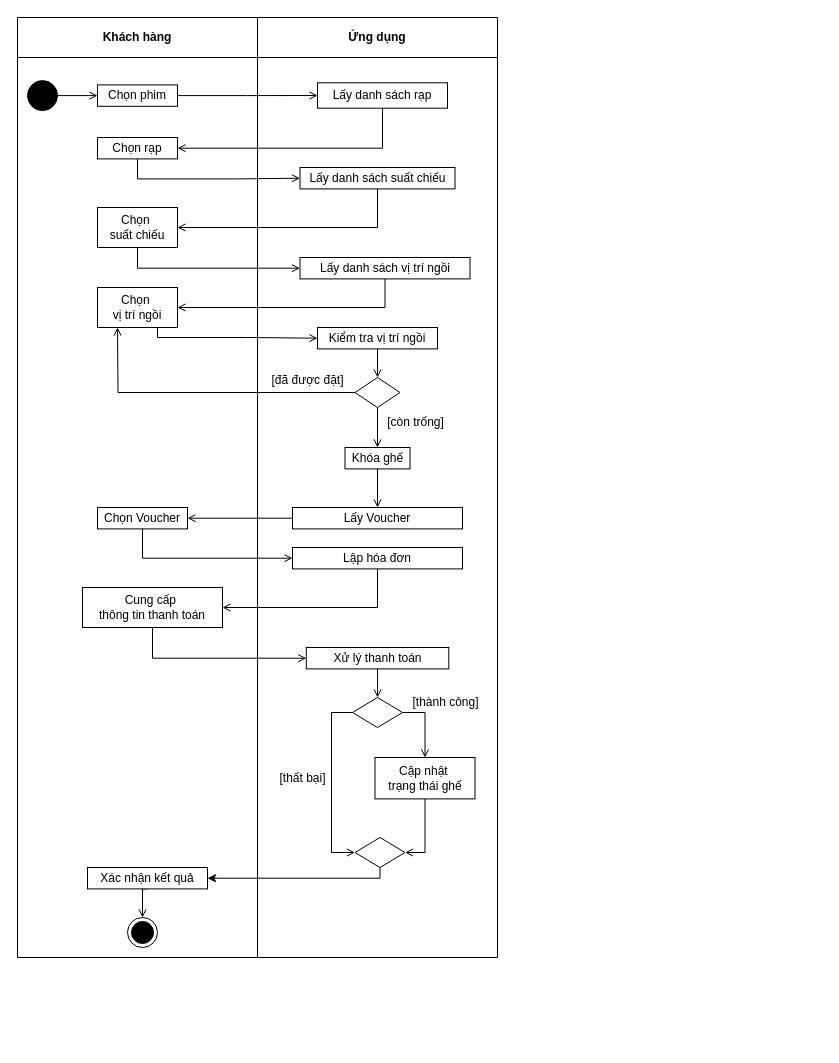
dvhAoU1374/IT3120-PTTKHT keeps this draw.io diagram as Activity Diagram/UC Quản Lý Vé/xml/Đặt vé.drawio. Above is the earlier version. Source tidied: cells renumbered, new cells numbered last; positions are measured from the earlier drawing's top-left corner, leaving out a move shared by most shapes. Both pictures are drawn from the tidied source at 100%, with x=0, y=0 at pixel (17, 17).
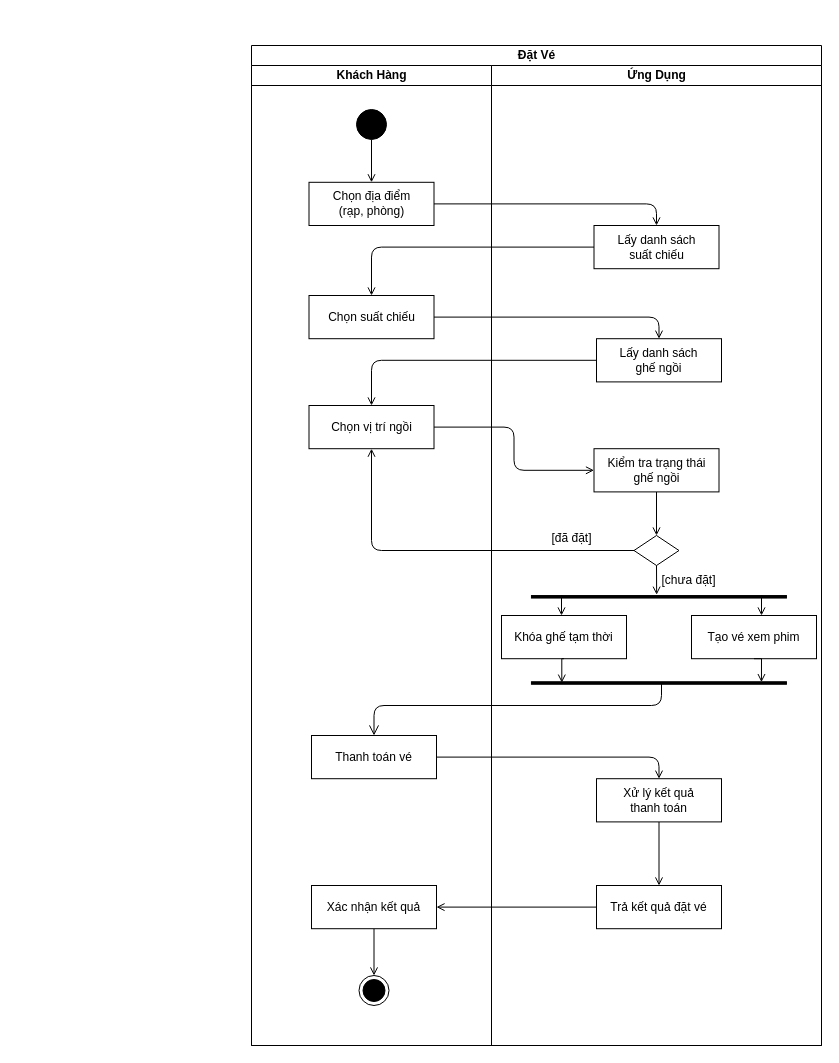
Above is the later version.

Diff of the diagram source:
```diff
@@
-    <mxCell id="2" style="group;" parent="1" vertex="1">
-      <mxGeometry width="480" height="950" as="geometry" />
-    </mxCell>
-    <mxCell id="3" value="Khách hàng" style="swimlane;startSize=40;whiteSpace=wrap;html=1;" parent="2" vertex="1">
-      <mxGeometry width="240" height="940" as="geometry" />
-    </mxCell>
-    <mxCell id="4" value="Cung cấp&amp;nbsp;&lt;div&gt;thông tin thanh toán&lt;/div&gt;" style="html=1;dashed=0;whiteSpace=wrap;" parent="3" vertex="1">
-      <mxGeometry x="65" y="570" width="140" height="40" as="geometry" />
-    </mxCell>
-    <mxCell id="5" style="edgeStyle=orthogonalEdgeStyle;rounded=0;jettySize=auto;html=1;exitX=0.5;exitY=1;exitDx=0;exitDy=0;entryX=0.5;entryY=0;entryDx=0;entryDy=0;endArrow=open;endFill=0;" parent="3" edge="1" source="6" target="12">
-      <mxGeometry relative="1" as="geometry" />
-    </mxCell>
-    <mxCell id="6" value="Xác nhận kết quả" style="html=1;dashed=0;whiteSpace=wrap;" parent="3" vertex="1">
-      <mxGeometry x="70" y="850" width="120" height="21.4" as="geometry" />
-    </mxCell>
-    <mxCell id="7" value="Chọn rạp" style="html=1;dashed=0;whiteSpace=wrap;" parent="3" vertex="1">
-      <mxGeometry x="80" y="120" width="80" height="21.4" as="geometry" />
-    </mxCell>
+    <mxCell id="53" value="Đặt Vé" style="swimlane;startSize=20;html=1;" parent="1" vertex="1">
+      <mxGeometry x="234" y="28" width="570" height="1000" as="geometry" />
+    </mxCell>
+    <mxCell id="54" value="Khách Hàng" style="swimlane;startSize=20;html=1;" parent="53" vertex="1">
+      <mxGeometry y="20" width="240" height="980" as="geometry" />
+    </mxCell>
+    <mxCell id="55" style="edgeStyle=orthogonalEdgeStyle;rounded=0;jettySize=auto;html=1;exitX=1;exitY=0.5;exitDx=0;exitDy=0;endArrow=open;endFill=0;" parent="54" edge="1" source="56" target="57">
+      <mxGeometry relative="1" as="geometry" />
+    </mxCell>
+    <mxCell id="56" style="ellipse;fillColor=strokeColor;html=1;direction=south;" parent="54" vertex="1">
+      <mxGeometry x="105" y="44" width="30" height="30" as="geometry" />
+    </mxCell>
+    <mxCell id="57" value="Chọn địa điểm&lt;div&gt;(rạp, phòng)&lt;/div&gt;" style="html=1;dashed=0;whiteSpace=wrap;" parent="54" vertex="1">
+      <mxGeometry x="57.5" y="116.8" width="125" height="43.2" as="geometry" />
+    </mxCell>
-    <mxCell id="8" value="Chọn&amp;nbsp;&lt;div&gt;suất chiếu&lt;/div&gt;" style="html=1;dashed=0;whiteSpace=wrap;" parent="3" vertex="1">
-      <mxGeometry x="80" y="190" width="80" height="40" as="geometry" />
+    <mxCell id="8" value="Chọn suất chiếu" style="html=1;dashed=0;whiteSpace=wrap;" parent="54" vertex="1">
+      <mxGeometry x="57.5" y="230" width="125" height="43.2" as="geometry" />
     </mxCell>
-    <mxCell id="9" value="Chọn&amp;nbsp;&lt;div&gt;vị trí ngồi&lt;/div&gt;" style="html=1;dashed=0;whiteSpace=wrap;" parent="3" vertex="1">
-      <mxGeometry x="80" y="270" width="80" height="40" as="geometry" />
+    <mxCell id="9" value="Chọn vị trí ngồi" style="html=1;dashed=0;whiteSpace=wrap;" parent="54" vertex="1">
+      <mxGeometry x="57.5" y="340" width="125" height="43.2" as="geometry" />
     </mxCell>
-    <mxCell id="10" value="Chọn phim" style="html=1;dashed=0;whiteSpace=wrap;" parent="3" vertex="1">
-      <mxGeometry x="80" y="67.4" width="80" height="21.4" as="geometry" />
-    </mxCell>
-    <mxCell id="11" value="Chọn Voucher" style="html=1;dashed=0;whiteSpace=wrap;" parent="3" vertex="1">
-      <mxGeometry x="80" y="490" width="90" height="21.4" as="geometry" />
-    </mxCell>
-    <mxCell id="12" style="ellipse;html=1;shape=endState;fillColor=strokeColor;" parent="3" vertex="1">
-      <mxGeometry x="110" y="900" width="30" height="30" as="geometry" />
-    </mxCell>
-    <mxCell id="13" style="edgeStyle=orthogonalEdgeStyle;rounded=0;jettySize=auto;html=1;exitX=1;exitY=0.5;exitDx=0;exitDy=0;entryX=0;entryY=0.5;entryDx=0;entryDy=0;endArrow=open;endFill=0;" parent="3" edge="1" source="14" target="10">
-      <mxGeometry relative="1" as="geometry" />
-    </mxCell>
-    <mxCell id="14" style="ellipse;fillColor=strokeColor;html=1;" parent="3" vertex="1">
-      <mxGeometry x="10" y="63.1" width="30" height="30" as="geometry" />
-    </mxCell>
-    <mxCell id="15" value="Ứng dụng" style="swimlane;startSize=40;whiteSpace=wrap;html=1;" parent="2" vertex="1">
-      <mxGeometry x="240" width="240" height="940" as="geometry" />
-    </mxCell>
-    <mxCell id="16" value="Lập hóa đơn" style="html=1;dashed=0;whiteSpace=wrap;" parent="15" vertex="1">
-      <mxGeometry x="35" y="530" width="170" height="21.4" as="geometry" />
-    </mxCell>
-    <mxCell id="17" style="edgeStyle=orthogonalEdgeStyle;rounded=0;jettySize=auto;html=1;exitX=0.5;exitY=1;exitDx=0;exitDy=0;endArrow=open;endFill=0;" parent="15" edge="1" source="18" target="20">
-      <mxGeometry relative="1" as="geometry" />
-    </mxCell>
-    <mxCell id="18" value="Xử lý thanh toán" style="html=1;dashed=0;whiteSpace=wrap;" parent="15" vertex="1">
-      <mxGeometry x="48.8" y="630" width="142.5" height="21.4" as="geometry" />
-    </mxCell>
-    <mxCell id="19" style="edgeStyle=orthogonalEdgeStyle;rounded=0;jettySize=auto;html=1;exitX=1;exitY=0.5;exitDx=0;exitDy=0;entryX=0.5;entryY=0;entryDx=0;entryDy=0;endArrow=open;endFill=0;" parent="15" edge="1" source="20" target="34">
-      <mxGeometry relative="1" as="geometry" />
-    </mxCell>
-    <mxCell id="20" style="rhombus;whiteSpace=wrap;html=1;" parent="15" vertex="1">
-      <mxGeometry x="95" y="680" width="50" height="30" as="geometry" />
-    </mxCell>
-    <mxCell id="21" value="Lấy Voucher" style="html=1;dashed=0;whiteSpace=wrap;" parent="15" vertex="1">
-      <mxGeometry x="35" y="490" width="170" height="21.4" as="geometry" />
-    </mxCell>
-    <mxCell id="22" style="edgeStyle=orthogonalEdgeStyle;rounded=0;jettySize=auto;html=1;exitX=0.5;exitY=1;exitDx=0;exitDy=0;entryX=0.5;entryY=0;entryDx=0;entryDy=0;endArrow=open;endFill=0;" parent="15" edge="1" source="23" target="21">
-      <mxGeometry relative="1" as="geometry" />
-    </mxCell>
-    <mxCell id="23" value="Khóa ghế" style="html=1;dashed=0;whiteSpace=wrap;" parent="15" vertex="1">
-      <mxGeometry x="87.5" y="430" width="65" height="21.4" as="geometry" />
-    </mxCell>
-    <mxCell id="24" value="Lấy danh sách rạp" style="html=1;dashed=0;whiteSpace=wrap;" parent="15" vertex="1">
-      <mxGeometry x="60" y="65.3" width="130" height="25.4" as="geometry" />
-    </mxCell>
+    <mxCell id="58" value="Thanh toán vé" style="html=1;dashed=0;whiteSpace=wrap;" parent="54" vertex="1">
+      <mxGeometry x="60" y="670" width="125" height="43.2" as="geometry" />
+    </mxCell>
+    <mxCell id="59" style="edgeStyle=orthogonalEdgeStyle;rounded=0;jettySize=auto;html=1;exitX=0.5;exitY=1;exitDx=0;exitDy=0;endArrow=open;endFill=0;" parent="54" edge="1" source="6" target="60">
+      <mxGeometry relative="1" as="geometry" />
+    </mxCell>
+    <mxCell id="6" value="Xác nhận kết quả" style="html=1;dashed=0;whiteSpace=wrap;" parent="54" vertex="1">
+      <mxGeometry x="60" y="820" width="125" height="43.2" as="geometry" />
+    </mxCell>
+    <mxCell id="60" style="ellipse;html=1;shape=endState;fillColor=strokeColor;" parent="54" vertex="1">
+      <mxGeometry x="107.5" y="910" width="30" height="30" as="geometry" />
+    </mxCell>
+    <mxCell id="61" style="edgeStyle=orthogonalEdgeStyle;rounded=1;jettySize=auto;html=1;exitX=1;exitY=0.5;exitDx=0;exitDy=0;entryX=0.5;entryY=0;entryDx=0;entryDy=0;curved=0;endArrow=open;endFill=0;" parent="53" edge="1" source="57" target="25">
+      <mxGeometry relative="1" as="geometry" />
+    </mxCell>
+    <mxCell id="44" style="edgeStyle=orthogonalEdgeStyle;rounded=1;jettySize=auto;html=1;exitX=0;exitY=0.5;exitDx=0;exitDy=0;curved=0;endArrow=open;endFill=0;" parent="53" edge="1" source="25" target="8">
+      <mxGeometry relative="1" as="geometry" />
+    </mxCell>
+    <mxCell id="62" style="edgeStyle=orthogonalEdgeStyle;rounded=1;jettySize=auto;html=1;exitX=1;exitY=0.5;exitDx=0;exitDy=0;entryX=0.5;entryY=0;entryDx=0;entryDy=0;endArrow=open;endFill=0;curved=0;" parent="53" edge="1" source="8" target="72">
+      <mxGeometry relative="1" as="geometry" />
+    </mxCell>
+    <mxCell id="63" style="edgeStyle=orthogonalEdgeStyle;rounded=1;jettySize=auto;html=1;exitX=0;exitY=0.5;exitDx=0;exitDy=0;endArrow=open;endFill=0;curved=0;" parent="53" edge="1" source="72" target="9">
+      <mxGeometry relative="1" as="geometry" />
+    </mxCell>
+    <mxCell id="64" style="edgeStyle=orthogonalEdgeStyle;rounded=1;jettySize=auto;html=1;exitX=1;exitY=0.5;exitDx=0;exitDy=0;endArrow=open;endFill=0;curved=0;" parent="53" edge="1" source="9" target="74">
+      <mxGeometry relative="1" as="geometry" />
+    </mxCell>
+    <mxCell id="65" style="edgeStyle=orthogonalEdgeStyle;rounded=1;jettySize=auto;html=1;exitX=0;exitY=0.5;exitDx=0;exitDy=0;entryX=0.5;entryY=1;entryDx=0;entryDy=0;curved=0;endArrow=open;endFill=0;" parent="53" edge="1" source="75" target="9">
+      <mxGeometry relative="1" as="geometry" />
+    </mxCell>
+    <mxCell id="66" style="edgeStyle=segmentEdgeStyle;endArrow=open;html=1;curved=0;rounded=1;endSize=8;startSize=8;exitX=0.869;exitY=0.49;exitDx=0;exitDy=0;exitPerimeter=0;entryX=0.5;entryY=0;entryDx=0;entryDy=0;strokeColor=default;endFill=0;" parent="53" edge="1" source="81" target="58">
+      <mxGeometry relative="1" as="geometry">
+        <Array as="points">
+          <mxPoint x="410" y="660" />
+          <mxPoint x="122" y="660" />
+        </Array>
+      </mxGeometry>
+    </mxCell>
+    <mxCell id="67" style="edgeStyle=orthogonalEdgeStyle;rounded=1;jettySize=auto;html=1;exitX=1;exitY=0.5;exitDx=0;exitDy=0;entryX=0.5;entryY=0;entryDx=0;entryDy=0;curved=0;endArrow=open;endFill=0;" parent="53" edge="1" source="58" target="70">
+      <mxGeometry relative="1" as="geometry" />
+    </mxCell>
+    <mxCell id="68" value="Ứng Dụng" style="swimlane;startSize=20;html=1;" parent="53" vertex="1">
+      <mxGeometry x="240" y="20" width="330" height="980" as="geometry" />
+    </mxCell>
+    <mxCell id="69" style="edgeStyle=orthogonalEdgeStyle;rounded=0;jettySize=auto;html=1;exitX=0.5;exitY=1;exitDx=0;exitDy=0;endArrow=open;endFill=0;" parent="68" edge="1" source="70" target="71">
+      <mxGeometry relative="1" as="geometry" />
+    </mxCell>
+    <mxCell id="70" value="Xử lý kết quả&lt;div&gt;thanh toán&lt;/div&gt;" style="html=1;dashed=0;whiteSpace=wrap;" parent="68" vertex="1">
+      <mxGeometry x="105" y="713.2" width="125" height="43.2" as="geometry" />
+    </mxCell>
+    <mxCell id="71" value="Trả kết quả đặt vé" style="html=1;dashed=0;whiteSpace=wrap;" parent="68" vertex="1">
+      <mxGeometry x="105" y="820" width="125" height="43.2" as="geometry" />
+    </mxCell>
-    <mxCell id="25" value="Lấy danh sách suất chiếu" style="html=1;dashed=0;whiteSpace=wrap;" parent="15" vertex="1">
-      <mxGeometry x="42.5" y="150" width="155" height="21.4" as="geometry" />
+    <mxCell id="25" value="Lấy danh sách&lt;div&gt;suất chiếu&lt;/div&gt;" style="html=1;dashed=0;whiteSpace=wrap;" parent="68" vertex="1">
+      <mxGeometry x="102.5" y="160" width="125" height="43.2" as="geometry" />
     </mxCell>
-    <mxCell id="26" value="Lấy danh sách vị trí ngồi" style="html=1;dashed=0;whiteSpace=wrap;" parent="15" vertex="1">
-      <mxGeometry x="42.5" y="240" width="170" height="21.4" as="geometry" />
-    </mxCell>
-    <mxCell id="27" style="edgeStyle=orthogonalEdgeStyle;rounded=0;jettySize=auto;html=1;exitX=0.5;exitY=1;exitDx=0;exitDy=0;entryX=0.5;entryY=0;entryDx=0;entryDy=0;endArrow=open;endFill=0;" parent="15" edge="1" source="29" target="23">
-      <mxGeometry relative="1" as="geometry" />
-    </mxCell>
-    <mxCell id="28" style="edgeStyle=orthogonalEdgeStyle;rounded=0;jettySize=auto;html=1;exitX=0;exitY=0.5;exitDx=0;exitDy=0;endArrow=open;endFill=0;" parent="15" edge="1" source="29">
-      <mxGeometry relative="1" as="geometry">
-        <mxPoint x="-140" y="310" as="targetPoint" />
-      </mxGeometry>
-    </mxCell>
-    <mxCell id="29" style="rhombus;whiteSpace=wrap;html=1;" parent="15" vertex="1">
-      <mxGeometry x="97.5" y="360" width="45" height="30" as="geometry" />
-    </mxCell>
-    <mxCell id="30" value="Kiểm tra vị trí ngồi" style="html=1;dashed=0;whiteSpace=wrap;" parent="15" vertex="1">
-      <mxGeometry x="60" y="310" width="120" height="21.4" as="geometry" />
-    </mxCell>
-    <mxCell id="31" style="edgeStyle=orthogonalEdgeStyle;rounded=0;jettySize=auto;html=1;exitX=0.5;exitY=1;exitDx=0;exitDy=0;entryX=0.5;entryY=0;entryDx=0;entryDy=0;endArrow=open;endFill=0;" parent="15" edge="1" source="30" target="29">
-      <mxGeometry relative="1" as="geometry" />
-    </mxCell>
-    <mxCell id="32" value="[còn trống]" style="text;html=1;align=center;verticalAlign=middle;strokeColor=none;fillColor=none;" parent="15" vertex="1">
-      <mxGeometry x="117.5" y="390" width="80" height="30" as="geometry" />
-    </mxCell>
-    <mxCell id="33" value="[đã được đặt]" style="text;html=1;align=center;verticalAlign=middle;strokeColor=none;fillColor=none;" parent="15" vertex="1">
-      <mxGeometry y="348" width="100" height="30" as="geometry" />
-    </mxCell>
-    <mxCell id="34" value="Cập nhật&amp;nbsp;&lt;div&gt;trạng thái ghế&lt;/div&gt;" style="html=1;dashed=0;whiteSpace=wrap;" parent="15" vertex="1">
-      <mxGeometry x="117.5" y="740" width="100" height="41.4" as="geometry" />
-    </mxCell>
-    <mxCell id="35" style="edgeStyle=orthogonalEdgeStyle;rounded=0;orthogonalLoop=1;jettySize=auto;html=1;exitX=0.5;exitY=1;exitDx=0;exitDy=0;" parent="15" edge="1" source="34" target="34">
-      <mxGeometry relative="1" as="geometry" />
-    </mxCell>
-    <mxCell id="36" value="[thành công]" style="text;html=1;align=center;verticalAlign=middle;strokeColor=none;fillColor=none;" parent="15" vertex="1">
-      <mxGeometry x="142.5" y="670" width="90" height="30" as="geometry" />
-    </mxCell>
-    <mxCell id="37" style="edgeStyle=orthogonalEdgeStyle;rounded=0;jettySize=auto;html=1;exitX=0.5;exitY=1;exitDx=0;exitDy=0;entryX=1;entryY=0.5;entryDx=0;entryDy=0;endArrow=open;endFill=0;" parent="15" edge="1" source="34" target="40">
-      <mxGeometry relative="1" as="geometry" />
-    </mxCell>
-    <mxCell id="38" value="[thất bại]" style="text;html=1;align=center;verticalAlign=middle;strokeColor=none;fillColor=none;" parent="15" vertex="1">
-      <mxGeometry x="10" y="745.7" width="70" height="30" as="geometry" />
-    </mxCell>
-    <mxCell id="39" style="edgeStyle=orthogonalEdgeStyle;rounded=0;jettySize=auto;html=1;exitX=0;exitY=0.5;exitDx=0;exitDy=0;entryX=0;entryY=0.5;entryDx=0;entryDy=0;endArrow=open;endFill=0;" parent="15" edge="1" source="20" target="40">
-      <mxGeometry relative="1" as="geometry">
-        <Array as="points">
-          <mxPoint x="74" y="695" />
-          <mxPoint x="74" y="835" />
-        </Array>
-      </mxGeometry>
-    </mxCell>
-    <mxCell id="40" style="rhombus;whiteSpace=wrap;html=1;" parent="15" vertex="1">
-      <mxGeometry x="97.5" y="820" width="50" height="30" as="geometry" />
-    </mxCell>
-    <mxCell id="41" style="edgeStyle=orthogonalEdgeStyle;rounded=0;jettySize=auto;html=1;exitX=1;exitY=0.5;exitDx=0;exitDy=0;endArrow=open;endFill=0;" parent="2" edge="1" source="10" target="24">
-      <mxGeometry relative="1" as="geometry" />
-    </mxCell>
-    <mxCell id="42" style="edgeStyle=orthogonalEdgeStyle;rounded=0;jettySize=auto;html=1;exitX=0.5;exitY=1;exitDx=0;exitDy=0;entryX=1;entryY=0.5;entryDx=0;entryDy=0;endArrow=open;endFill=0;" parent="2" edge="1" source="24" target="7">
-      <mxGeometry relative="1" as="geometry" />
-    </mxCell>
-    <mxCell id="43" style="edgeStyle=orthogonalEdgeStyle;rounded=0;jettySize=auto;html=1;exitX=0.5;exitY=1;exitDx=0;exitDy=0;entryX=0;entryY=0.5;entryDx=0;entryDy=0;endArrow=open;endFill=0;" parent="2" edge="1" source="7" target="25">
-      <mxGeometry relative="1" as="geometry" />
-    </mxCell>
-    <mxCell id="44" style="edgeStyle=orthogonalEdgeStyle;rounded=0;jettySize=auto;html=1;exitX=0.5;exitY=1;exitDx=0;exitDy=0;entryX=1;entryY=0.5;entryDx=0;entryDy=0;endArrow=open;endFill=0;" parent="2" edge="1" source="25" target="8">
-      <mxGeometry relative="1" as="geometry" />
-    </mxCell>
-    <mxCell id="45" style="edgeStyle=orthogonalEdgeStyle;rounded=0;jettySize=auto;html=1;exitX=0.5;exitY=1;exitDx=0;exitDy=0;entryX=0;entryY=0.5;entryDx=0;entryDy=0;endArrow=open;endFill=0;" parent="2" edge="1" source="8" target="26">
-      <mxGeometry relative="1" as="geometry" />
-    </mxCell>
-    <mxCell id="46" style="edgeStyle=orthogonalEdgeStyle;rounded=0;jettySize=auto;html=1;exitX=0.5;exitY=1;exitDx=0;exitDy=0;entryX=1;entryY=0.5;entryDx=0;entryDy=0;endArrow=open;endFill=0;" parent="2" edge="1" source="26" target="9">
-      <mxGeometry relative="1" as="geometry" />
-    </mxCell>
-    <mxCell id="47" style="edgeStyle=orthogonalEdgeStyle;rounded=0;jettySize=auto;html=1;exitX=0.75;exitY=1;exitDx=0;exitDy=0;entryX=0;entryY=0.5;entryDx=0;entryDy=0;endArrow=open;endFill=0;" parent="2" edge="1" source="9" target="30">
-      <mxGeometry relative="1" as="geometry">
-        <Array as="points">
-          <mxPoint x="140" y="320" />
-          <mxPoint x="230" y="320" />
-        </Array>
-      </mxGeometry>
-    </mxCell>
-    <mxCell id="48" style="edgeStyle=orthogonalEdgeStyle;rounded=0;jettySize=auto;html=1;exitX=0;exitY=0.5;exitDx=0;exitDy=0;entryX=1;entryY=0.5;entryDx=0;entryDy=0;endArrow=open;endFill=0;" parent="2" edge="1" source="21" target="11">
-      <mxGeometry relative="1" as="geometry" />
-    </mxCell>
-    <mxCell id="49" style="edgeStyle=orthogonalEdgeStyle;rounded=0;jettySize=auto;html=1;exitX=0.5;exitY=1;exitDx=0;exitDy=0;entryX=0;entryY=0.5;entryDx=0;entryDy=0;endArrow=open;endFill=0;" parent="2" edge="1" source="11" target="16">
-      <mxGeometry relative="1" as="geometry" />
-    </mxCell>
-    <mxCell id="50" style="edgeStyle=orthogonalEdgeStyle;rounded=0;jettySize=auto;html=1;exitX=0.5;exitY=1;exitDx=0;exitDy=0;entryX=1;entryY=0.5;entryDx=0;entryDy=0;endArrow=open;endFill=0;" parent="2" edge="1" source="16" target="4">
-      <mxGeometry relative="1" as="geometry" />
-    </mxCell>
-    <mxCell id="51" style="edgeStyle=orthogonalEdgeStyle;rounded=0;jettySize=auto;html=1;exitX=0.5;exitY=1;exitDx=0;exitDy=0;entryX=0;entryY=0.5;entryDx=0;entryDy=0;endArrow=open;endFill=0;" parent="2" edge="1" source="4" target="18">
-      <mxGeometry relative="1" as="geometry" />
-    </mxCell>
-    <mxCell id="52" style="edgeStyle=orthogonalEdgeStyle;rounded=0;jettySize=auto;html=1;exitX=0.5;exitY=1;exitDx=0;exitDy=0;entryX=1;entryY=0.5;entryDx=0;entryDy=0;" parent="2" edge="1" source="40" target="6">
-      <mxGeometry relative="1" as="geometry">
-        <Array as="points">
-          <mxPoint x="363" y="861" />
-        </Array>
-      </mxGeometry>
-    </mxCell>
+    <mxCell id="72" value="Lấy danh sách&lt;div&gt;ghế ngồi&lt;/div&gt;" style="html=1;dashed=0;whiteSpace=wrap;" parent="68" vertex="1">
+      <mxGeometry x="105" y="273.2" width="125" height="43.2" as="geometry" />
+    </mxCell>
+    <mxCell id="73" style="edgeStyle=orthogonalEdgeStyle;rounded=0;jettySize=auto;html=1;exitX=0.5;exitY=1;exitDx=0;exitDy=0;endArrow=open;endFill=0;" parent="68" edge="1" source="74" target="75">
+      <mxGeometry relative="1" as="geometry" />
+    </mxCell>
+    <mxCell id="74" value="Kiểm tra trạng thái&lt;div&gt;ghế ngồi&lt;/div&gt;" style="html=1;dashed=0;whiteSpace=wrap;" parent="68" vertex="1">
+      <mxGeometry x="102.5" y="383.2" width="125" height="43.2" as="geometry" />
+    </mxCell>
+    <mxCell id="75" style="rhombus;whiteSpace=wrap;html=1;" parent="68" vertex="1">
+      <mxGeometry x="142.5" y="470" width="45" height="30" as="geometry" />
+    </mxCell>
+    <mxCell id="76" value="Khóa ghế tạm thời" style="html=1;dashed=0;whiteSpace=wrap;" parent="68" vertex="1">
+      <mxGeometry x="10" y="550" width="125" height="43.2" as="geometry" />
+    </mxCell>
+    <mxCell id="77" value="Tạo vé xem phim" style="html=1;dashed=0;whiteSpace=wrap;" parent="68" vertex="1">
+      <mxGeometry x="200" y="550" width="125" height="43.2" as="geometry" />
+    </mxCell>
+    <mxCell id="78" style="html=1;points=[];perimeter=orthogonalPerimeter;fillColor=strokeColor;rotation=90;" parent="68" vertex="1">
+      <mxGeometry x="166.2" y="403.8" width="2.5" height="255" as="geometry" />
+    </mxCell>
+    <mxCell id="79" style="edgeStyle=orthogonalEdgeStyle;rounded=0;orthogonalLoop=1;jettySize=auto;html=1;exitX=0.5;exitY=1;exitDx=0;exitDy=0;endArrow=open;endFill=0;" parent="68" edge="1">
+      <mxGeometry relative="1" as="geometry">
+        <mxPoint x="71.1" y="530" as="sourcePoint" />
+        <mxPoint x="70" y="550" as="targetPoint" />
+      </mxGeometry>
+    </mxCell>
+    <mxCell id="80" style="edgeStyle=orthogonalEdgeStyle;rounded=0;orthogonalLoop=1;jettySize=auto;html=1;exitX=0.5;exitY=1;exitDx=0;exitDy=0;endArrow=open;endFill=0;" parent="68" edge="1">
+      <mxGeometry relative="1" as="geometry">
+        <mxPoint x="271.1" y="530" as="sourcePoint" />
+        <mxPoint x="270" y="550" as="targetPoint" />
+      </mxGeometry>
+    </mxCell>
+    <mxCell id="81" style="html=1;points=[];perimeter=orthogonalPerimeter;fillColor=strokeColor;rotation=90;" parent="68" vertex="1">
+      <mxGeometry x="166.2" y="490" width="2.5" height="255" as="geometry" />
+    </mxCell>
+    <mxCell id="82" style="edgeStyle=orthogonalEdgeStyle;rounded=0;jettySize=auto;html=1;exitX=0.5;exitY=1;exitDx=0;exitDy=0;entryX=0.364;entryY=0.881;entryDx=0;entryDy=0;entryPerimeter=0;endArrow=open;endFill=0;" parent="68" edge="1" source="76" target="81">
+      <mxGeometry relative="1" as="geometry" />
+    </mxCell>
+    <mxCell id="83" style="edgeStyle=orthogonalEdgeStyle;rounded=0;jettySize=auto;html=1;exitX=0.5;exitY=1;exitDx=0;exitDy=0;entryX=0.144;entryY=0.098;entryDx=0;entryDy=0;entryPerimeter=0;endArrow=open;endFill=0;" parent="68" edge="1" source="77" target="81">
+      <mxGeometry relative="1" as="geometry" />
+    </mxCell>
+    <mxCell id="84" value="[đã đặt]" style="text;html=1;align=center;verticalAlign=middle;strokeColor=none;fillColor=none;" parent="68" vertex="1">
+      <mxGeometry x="50" y="458" width="60" height="30" as="geometry" />
+    </mxCell>
+    <mxCell id="85" style="edgeStyle=orthogonalEdgeStyle;rounded=0;jettySize=auto;html=1;exitX=0.5;exitY=1;exitDx=0;exitDy=0;entryX=-0.337;entryY=0.509;entryDx=0;entryDy=0;entryPerimeter=0;endArrow=open;endFill=0;" parent="68" edge="1" source="75" target="78">
+      <mxGeometry relative="1" as="geometry" />
+    </mxCell>
+    <mxCell id="86" value="[chưa đặt]" style="text;html=1;align=center;verticalAlign=middle;strokeColor=none;fillColor=none;" parent="68" vertex="1">
+      <mxGeometry x="157" y="500" width="80" height="30" as="geometry" />
+    </mxCell>
+    <mxCell id="87" style="edgeStyle=orthogonalEdgeStyle;rounded=0;jettySize=auto;html=1;exitX=0;exitY=0.5;exitDx=0;exitDy=0;endArrow=open;endFill=0;" parent="53" edge="1" source="71" target="6">
+      <mxGeometry relative="1" as="geometry" />
+    </mxCell>
```
